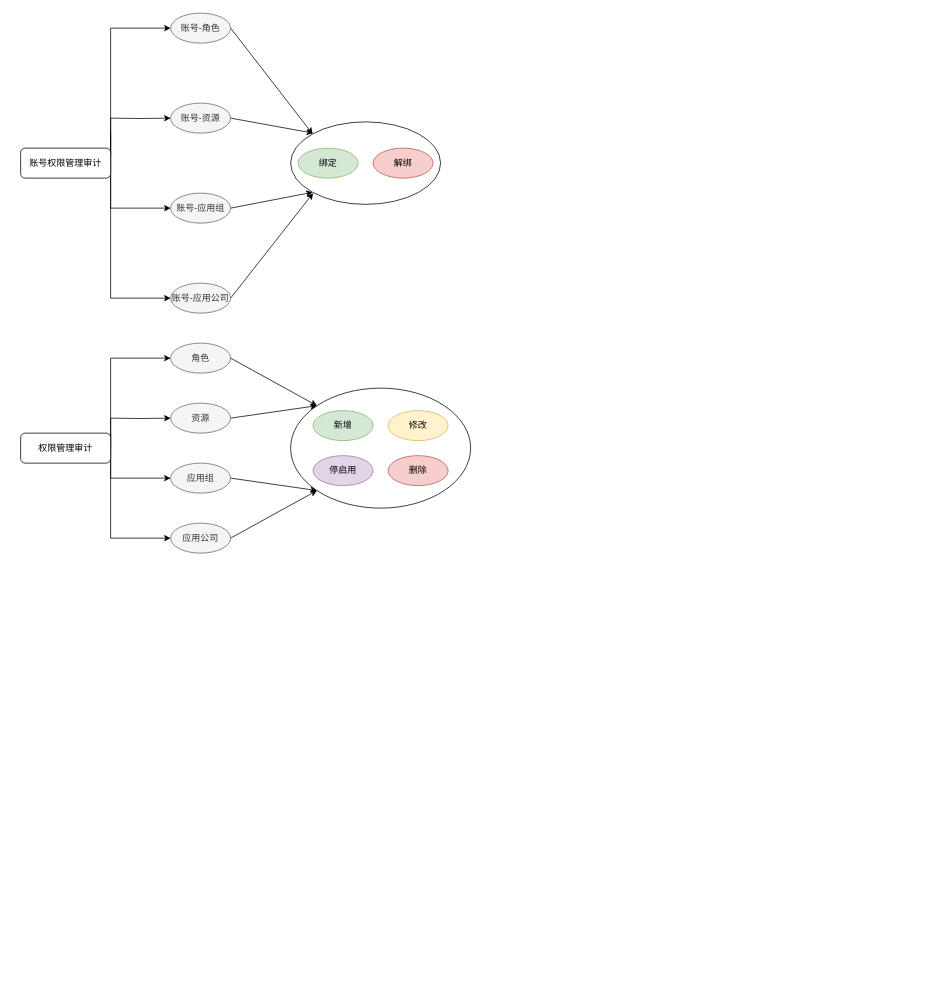
LDChing0321/JavaLearn keeps this draw.io diagram as derucci-权限管理审计.drawio. Above is the earlier version. Source tidied: cells renumbered, new cells numbered last; positions are measured from the earlier drawing's top-left corner, leaving out a move shared by most shapes. Both pictures are drawn from the tidied source at 75%, with x=0, y=0 at pixel (20, 13).
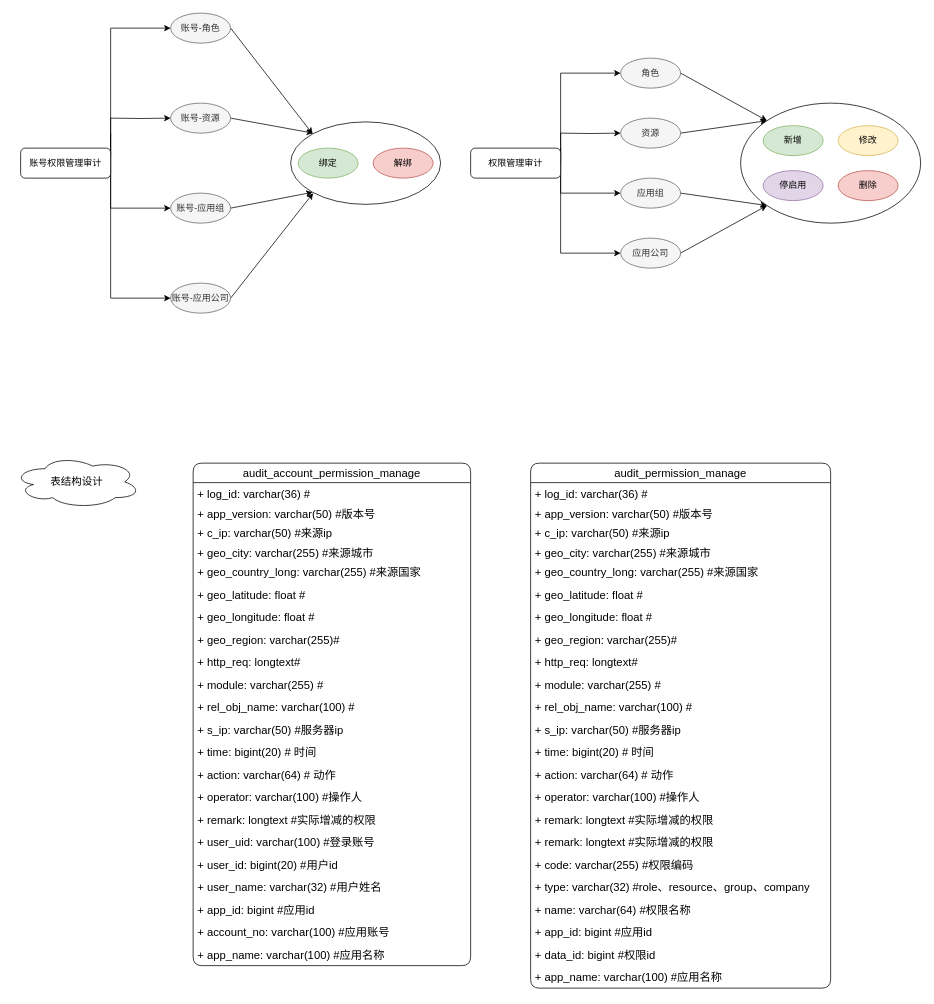
Above is the later version.

Commit message:
更新derucci-权限管理审计.drawio

Change to the diagram source:
```diff
@@
     <mxCell id="12" style="edgeStyle=orthogonalEdgeStyle;rounded=0;jettySize=auto;html=1;exitX=1;exitY=0.5;exitDx=0;exitDy=0;entryX=0;entryY=0.5;entryDx=0;entryDy=0;" parent="1" edge="1" source="34" target="17">
       <mxGeometry relative="1" as="geometry">
         <Array as="points">
-          <mxPoint x="120" y="460" />
+          <mxPoint x="720" y="80" />
         </Array>
       </mxGeometry>
     </mxCell>
     <mxCell id="13" style="edgeStyle=orthogonalEdgeStyle;rounded=0;jettySize=auto;html=1;exitX=1;exitY=0.5;exitDx=0;exitDy=0;entryX=0;entryY=0.5;entryDx=0;entryDy=0;" parent="1" edge="1" target="19">
       <mxGeometry relative="1" as="geometry">
-        <mxPoint x="120" y="540" as="sourcePoint" />
+        <mxPoint x="720" y="160" as="sourcePoint" />
       </mxGeometry>
     </mxCell>
     <mxCell id="14" style="edgeStyle=orthogonalEdgeStyle;rounded=0;jettySize=auto;html=1;exitX=1;exitY=1;exitDx=0;exitDy=0;entryX=0;entryY=0.5;entryDx=0;entryDy=0;" parent="1" edge="1" target="21">
       <mxGeometry relative="1" as="geometry">
-        <mxPoint x="120" y="560" as="sourcePoint" />
+        <mxPoint x="720" y="180" as="sourcePoint" />
         <Array as="points">
-          <mxPoint x="120" y="620" />
+          <mxPoint x="720" y="240" />
         </Array>
       </mxGeometry>
     </mxCell>
     <mxCell id="15" style="edgeStyle=orthogonalEdgeStyle;rounded=0;jettySize=auto;html=1;exitX=1;exitY=0.5;exitDx=0;exitDy=0;entryX=0;entryY=0.5;entryDx=0;entryDy=0;" parent="1" edge="1" target="33">
       <mxGeometry relative="1" as="geometry">
-        <mxPoint x="120" y="540" as="sourcePoint" />
+        <mxPoint x="720" y="160" as="sourcePoint" />
         <Array as="points">
-          <mxPoint x="120" y="700" />
+          <mxPoint x="720" y="320" />
         </Array>
       </mxGeometry>
     </mxCell>
@@
     <mxCell id="17" value="角色" style="ellipse;whiteSpace=wrap;html=1;rounded=1;fillColor=#f5f5f5;fontColor=#333333;strokeColor=#666666;" parent="1" vertex="1">
-      <mxGeometry x="200" y="440" width="80" height="40" as="geometry" />
+      <mxGeometry x="800" y="60" width="80" height="40" as="geometry" />
     </mxCell>
@@
     <mxCell id="19" value="资源" style="ellipse;whiteSpace=wrap;html=1;rounded=1;fillColor=#f5f5f5;fontColor=#333333;strokeColor=#666666;" parent="1" vertex="1">
-      <mxGeometry x="200" y="520" width="80" height="40" as="geometry" />
+      <mxGeometry x="800" y="140" width="80" height="40" as="geometry" />
     </mxCell>
@@
     <mxCell id="21" value="应用组" style="ellipse;whiteSpace=wrap;html=1;rounded=1;fillColor=#f5f5f5;fontColor=#333333;strokeColor=#666666;" parent="1" vertex="1">
-      <mxGeometry x="200" y="600" width="80" height="40" as="geometry" />
+      <mxGeometry x="800" y="220" width="80" height="40" as="geometry" />
     </mxCell>
     <mxCell id="22" style="group;" parent="1" vertex="1">
-      <mxGeometry x="360" y="500" width="240" height="160" as="geometry" />
+      <mxGeometry x="960" y="120" width="240" height="160" as="geometry" />
     </mxCell>
@@
     <mxCell id="33" value="应用公司" style="ellipse;whiteSpace=wrap;html=1;rounded=1;fillColor=#f5f5f5;fontColor=#333333;strokeColor=#666666;" parent="1" vertex="1">
-      <mxGeometry x="200" y="680" width="80" height="40" as="geometry" />
+      <mxGeometry x="800" y="300" width="80" height="40" as="geometry" />
     </mxCell>
     <mxCell id="34" value="权限管理审计" style="rounded=1;whiteSpace=wrap;html=1;" parent="1" vertex="1">
-      <mxGeometry y="560" width="120" height="40" as="geometry" />
+      <mxGeometry x="600" y="180" width="120" height="40" as="geometry" />
     </mxCell>
@@
+    <mxCell id="38" value="&lt;span style=&quot;font-size: 14px&quot;&gt;表结构设计&lt;/span&gt;" style="ellipse;shape=cloud;whiteSpace=wrap;html=1;rounded=1;shadow=0;glass=1;sketch=0;fontSize=10;" parent="1" vertex="1">
+      <mxGeometry x="-10" y="590" width="170" height="70" as="geometry" />
+    </mxCell>
+    <mxCell id="39" value="audit_account_permission_manage" style="swimlane;fontStyle=0;horizontal=1;startSize=26;fillColor=none;rounded=1;shadow=0;glass=0;sketch=0;fontSize=15;strokeColor=default;" parent="1" vertex="1">
+      <mxGeometry x="230" y="600" width="370" height="670" as="geometry" />
+    </mxCell>
+    <mxCell id="40" value="+ log_id: varchar(36) #" style="text;strokeColor=none;fillColor=none;align=left;verticalAlign=top;spacingLeft=4;spacingRight=4;overflow=hidden;rounded=1;shadow=0;glass=0;sketch=0;fontSize=15;" parent="39" vertex="1">
+      <mxGeometry y="26" width="370" height="26" as="geometry" />
+    </mxCell>
+    <mxCell id="41" value="+ app_version: varchar(50) #版本号" style="text;strokeColor=none;fillColor=none;align=left;verticalAlign=top;spacingLeft=4;spacingRight=4;overflow=hidden;rounded=1;shadow=0;glass=0;sketch=0;fontSize=15;" parent="39" vertex="1">
+      <mxGeometry y="52" width="370" height="26" as="geometry" />
+    </mxCell>
+    <mxCell id="42" value="+ c_ip: varchar(50) #来源ip" style="text;strokeColor=none;fillColor=none;align=left;verticalAlign=top;spacingLeft=4;spacingRight=4;overflow=hidden;rounded=1;shadow=0;glass=0;sketch=0;fontSize=15;" parent="39" vertex="1">
+      <mxGeometry y="78" width="370" height="26" as="geometry" />
+    </mxCell>
+    <mxCell id="43" value="+ geo_city: varchar(255) #来源城市&#10;" style="text;strokeColor=none;fillColor=none;align=left;verticalAlign=top;spacingLeft=4;spacingRight=4;overflow=hidden;rounded=1;shadow=0;glass=0;sketch=0;fontSize=15;" parent="39" vertex="1">
+      <mxGeometry y="104" width="370" height="26" as="geometry" />
+    </mxCell>
+    <mxCell id="44" value="+ geo_country_long: varchar(255) #来源国家&#10;" style="text;strokeColor=none;fillColor=none;align=left;verticalAlign=top;spacingLeft=4;spacingRight=4;overflow=hidden;rounded=1;shadow=0;glass=0;sketch=0;fontSize=15;" parent="39" vertex="1">
+      <mxGeometry y="130" width="370" height="30" as="geometry" />
+    </mxCell>
+    <mxCell id="45" value="+ geo_latitude: float #" style="text;strokeColor=none;fillColor=none;align=left;verticalAlign=top;spacingLeft=4;spacingRight=4;overflow=hidden;rounded=1;shadow=0;glass=0;sketch=0;fontSize=15;" parent="39" vertex="1">
+      <mxGeometry y="160" width="370" height="30" as="geometry" />
+    </mxCell>
+    <mxCell id="46" value="+ geo_longitude: float #&#10;" style="text;strokeColor=none;fillColor=none;align=left;verticalAlign=top;spacingLeft=4;spacingRight=4;overflow=hidden;rounded=1;shadow=0;glass=0;sketch=0;fontSize=15;" parent="39" vertex="1">
+      <mxGeometry y="190" width="370" height="30" as="geometry" />
+    </mxCell>
+    <mxCell id="47" value="+ geo_region: varchar(255)#&#10;" style="text;strokeColor=none;fillColor=none;align=left;verticalAlign=top;spacingLeft=4;spacingRight=4;overflow=hidden;rounded=1;shadow=0;glass=0;sketch=0;fontSize=15;" parent="39" vertex="1">
+      <mxGeometry y="220" width="370" height="30" as="geometry" />
+    </mxCell>
+    <mxCell id="48" value="+ http_req: longtext#&#10;" style="text;strokeColor=none;fillColor=none;align=left;verticalAlign=top;spacingLeft=4;spacingRight=4;overflow=hidden;rounded=1;shadow=0;glass=0;sketch=0;fontSize=15;" parent="39" vertex="1">
+      <mxGeometry y="250" width="370" height="30" as="geometry" />
+    </mxCell>
+    <mxCell id="49" value="+ module: varchar(255) #&#10;" style="text;strokeColor=none;fillColor=none;align=left;verticalAlign=top;spacingLeft=4;spacingRight=4;overflow=hidden;rounded=1;shadow=0;glass=0;sketch=0;fontSize=15;" parent="39" vertex="1">
+      <mxGeometry y="280" width="370" height="30" as="geometry" />
+    </mxCell>
+    <mxCell id="50" value="+ rel_obj_name: varchar(100) #&#10;" style="text;strokeColor=none;fillColor=none;align=left;verticalAlign=top;spacingLeft=4;spacingRight=4;overflow=hidden;rounded=1;shadow=0;glass=0;sketch=0;fontSize=15;" parent="39" vertex="1">
+      <mxGeometry y="310" width="370" height="30" as="geometry" />
+    </mxCell>
+    <mxCell id="51" value="+ s_ip: varchar(50) #服务器ip&#10;" style="text;strokeColor=none;fillColor=none;align=left;verticalAlign=top;spacingLeft=4;spacingRight=4;overflow=hidden;rounded=1;shadow=0;glass=0;sketch=0;fontSize=15;" parent="39" vertex="1">
+      <mxGeometry y="340" width="370" height="30" as="geometry" />
+    </mxCell>
+    <mxCell id="52" value="+ time: bigint(20) # 时间&#10;&#10;" style="text;strokeColor=none;fillColor=none;align=left;verticalAlign=top;spacingLeft=4;spacingRight=4;overflow=hidden;rounded=1;shadow=0;glass=0;sketch=0;fontSize=15;" parent="39" vertex="1">
+      <mxGeometry y="370" width="370" height="30" as="geometry" />
+    </mxCell>
+    <mxCell id="53" value="+ action: varchar(64) # 动作&#10;&#10;" style="text;strokeColor=none;fillColor=none;align=left;verticalAlign=top;spacingLeft=4;spacingRight=4;overflow=hidden;rounded=1;shadow=0;glass=0;sketch=0;fontSize=15;" parent="39" vertex="1">
+      <mxGeometry y="400" width="370" height="30" as="geometry" />
+    </mxCell>
+    <mxCell id="54" value="+ operator: varchar(100) #操作人&#10;&#10;" style="text;strokeColor=none;fillColor=none;align=left;verticalAlign=top;spacingLeft=4;spacingRight=4;overflow=hidden;rounded=1;shadow=0;glass=0;sketch=0;fontSize=15;" parent="39" vertex="1">
+      <mxGeometry y="430" width="370" height="30" as="geometry" />
+    </mxCell>
+    <mxCell id="55" value="+ remark: longtext #实际增减的权限&#10;&#10;" style="text;strokeColor=none;fillColor=none;align=left;verticalAlign=top;spacingLeft=4;spacingRight=4;overflow=hidden;rounded=1;shadow=0;glass=0;sketch=0;fontSize=15;" parent="39" vertex="1">
+      <mxGeometry y="460" width="370" height="30" as="geometry" />
+    </mxCell>
+    <mxCell id="56" value="+ user_uid: varchar(100) #登录账号&#10;&#10;" style="text;strokeColor=none;fillColor=none;align=left;verticalAlign=top;spacingLeft=4;spacingRight=4;overflow=hidden;rounded=1;shadow=0;glass=0;sketch=0;fontSize=15;" parent="39" vertex="1">
+      <mxGeometry y="490" width="370" height="30" as="geometry" />
+    </mxCell>
+    <mxCell id="57" value="+ user_id: bigint(20) #用户id&#10;&#10;" style="text;strokeColor=none;fillColor=none;align=left;verticalAlign=top;spacingLeft=4;spacingRight=4;overflow=hidden;rounded=1;shadow=0;glass=0;sketch=0;fontSize=15;" parent="39" vertex="1">
+      <mxGeometry y="520" width="370" height="30" as="geometry" />
+    </mxCell>
+    <mxCell id="58" value="+ user_name: varchar(32) #用户姓名&#10;&#10;" style="text;strokeColor=none;fillColor=none;align=left;verticalAlign=top;spacingLeft=4;spacingRight=4;overflow=hidden;rounded=1;shadow=0;glass=0;sketch=0;fontSize=15;" parent="39" vertex="1">
+      <mxGeometry y="550" width="370" height="30" as="geometry" />
+    </mxCell>
+    <mxCell id="59" value="+ app_id: bigint #应用id&#10;&#10;" style="text;strokeColor=none;fillColor=none;align=left;verticalAlign=top;spacingLeft=4;spacingRight=4;overflow=hidden;rounded=1;shadow=0;glass=0;sketch=0;fontSize=15;" parent="39" vertex="1">
+      <mxGeometry y="580" width="370" height="30" as="geometry" />
+    </mxCell>
+    <mxCell id="60" value="+ account_no: varchar(100) #应用账号&#10;&#10;" style="text;strokeColor=none;fillColor=none;align=left;verticalAlign=top;spacingLeft=4;spacingRight=4;overflow=hidden;rounded=1;shadow=0;glass=0;sketch=0;fontSize=15;" parent="39" vertex="1">
+      <mxGeometry y="610" width="370" height="30" as="geometry" />
+    </mxCell>
+    <mxCell id="61" value="+ app_name: varchar(100) #应用名称&#10;" style="text;strokeColor=none;fillColor=none;align=left;verticalAlign=top;spacingLeft=4;spacingRight=4;overflow=hidden;rounded=1;shadow=0;glass=0;sketch=0;fontSize=15;" parent="39" vertex="1">
+      <mxGeometry y="640" width="370" height="30" as="geometry" />
+    </mxCell>
+    <mxCell id="62" value="audit_permission_manage" style="swimlane;fontStyle=0;horizontal=1;startSize=26;fillColor=none;rounded=1;shadow=0;glass=0;sketch=0;fontSize=15;strokeColor=default;" parent="1" vertex="1">
+      <mxGeometry x="680" y="600" width="400" height="700" as="geometry" />
+    </mxCell>
+    <mxCell id="63" value="+ log_id: varchar(36) #" style="text;strokeColor=none;fillColor=none;align=left;verticalAlign=top;spacingLeft=4;spacingRight=4;overflow=hidden;rounded=1;shadow=0;glass=0;sketch=0;fontSize=15;" parent="62" vertex="1">
+      <mxGeometry y="26" width="400" height="26" as="geometry" />
+    </mxCell>
+    <mxCell id="64" value="+ app_version: varchar(50) #版本号" style="text;strokeColor=none;fillColor=none;align=left;verticalAlign=top;spacingLeft=4;spacingRight=4;overflow=hidden;rounded=1;shadow=0;glass=0;sketch=0;fontSize=15;" parent="62" vertex="1">
+      <mxGeometry y="52" width="400" height="26" as="geometry" />
+    </mxCell>
+    <mxCell id="65" value="+ c_ip: varchar(50) #来源ip" style="text;strokeColor=none;fillColor=none;align=left;verticalAlign=top;spacingLeft=4;spacingRight=4;overflow=hidden;rounded=1;shadow=0;glass=0;sketch=0;fontSize=15;" parent="62" vertex="1">
+      <mxGeometry y="78" width="400" height="26" as="geometry" />
+    </mxCell>
+    <mxCell id="66" value="+ geo_city: varchar(255) #来源城市&#10;" style="text;strokeColor=none;fillColor=none;align=left;verticalAlign=top;spacingLeft=4;spacingRight=4;overflow=hidden;rounded=1;shadow=0;glass=0;sketch=0;fontSize=15;" parent="62" vertex="1">
+      <mxGeometry y="104" width="400" height="26" as="geometry" />
+    </mxCell>
+    <mxCell id="67" value="+ geo_country_long: varchar(255) #来源国家&#10;" style="text;strokeColor=none;fillColor=none;align=left;verticalAlign=top;spacingLeft=4;spacingRight=4;overflow=hidden;rounded=1;shadow=0;glass=0;sketch=0;fontSize=15;" parent="62" vertex="1">
+      <mxGeometry y="130" width="400" height="30" as="geometry" />
+    </mxCell>
+    <mxCell id="68" value="+ geo_latitude: float #" style="text;strokeColor=none;fillColor=none;align=left;verticalAlign=top;spacingLeft=4;spacingRight=4;overflow=hidden;rounded=1;shadow=0;glass=0;sketch=0;fontSize=15;" parent="62" vertex="1">
+      <mxGeometry y="160" width="400" height="30" as="geometry" />
+    </mxCell>
+    <mxCell id="69" value="+ geo_longitude: float #&#10;" style="text;strokeColor=none;fillColor=none;align=left;verticalAlign=top;spacingLeft=4;spacingRight=4;overflow=hidden;rounded=1;shadow=0;glass=0;sketch=0;fontSize=15;" parent="62" vertex="1">
+      <mxGeometry y="190" width="400" height="30" as="geometry" />
+    </mxCell>
+    <mxCell id="70" value="+ geo_region: varchar(255)#&#10;" style="text;strokeColor=none;fillColor=none;align=left;verticalAlign=top;spacingLeft=4;spacingRight=4;overflow=hidden;rounded=1;shadow=0;glass=0;sketch=0;fontSize=15;" parent="62" vertex="1">
+      <mxGeometry y="220" width="400" height="30" as="geometry" />
+    </mxCell>
+    <mxCell id="71" value="+ http_req: longtext#&#10;" style="text;strokeColor=none;fillColor=none;align=left;verticalAlign=top;spacingLeft=4;spacingRight=4;overflow=hidden;rounded=1;shadow=0;glass=0;sketch=0;fontSize=15;" parent="62" vertex="1">
+      <mxGeometry y="250" width="400" height="30" as="geometry" />
+    </mxCell>
+    <mxCell id="72" value="+ module: varchar(255) #&#10;" style="text;strokeColor=none;fillColor=none;align=left;verticalAlign=top;spacingLeft=4;spacingRight=4;overflow=hidden;rounded=1;shadow=0;glass=0;sketch=0;fontSize=15;" parent="62" vertex="1">
+      <mxGeometry y="280" width="400" height="30" as="geometry" />
+    </mxCell>
+    <mxCell id="73" value="+ rel_obj_name: varchar(100) #&#10;" style="text;strokeColor=none;fillColor=none;align=left;verticalAlign=top;spacingLeft=4;spacingRight=4;overflow=hidden;rounded=1;shadow=0;glass=0;sketch=0;fontSize=15;" parent="62" vertex="1">
+      <mxGeometry y="310" width="400" height="30" as="geometry" />
+    </mxCell>
+    <mxCell id="74" value="+ s_ip: varchar(50) #服务器ip&#10;" style="text;strokeColor=none;fillColor=none;align=left;verticalAlign=top;spacingLeft=4;spacingRight=4;overflow=hidden;rounded=1;shadow=0;glass=0;sketch=0;fontSize=15;" parent="62" vertex="1">
+      <mxGeometry y="340" width="400" height="30" as="geometry" />
+    </mxCell>
+    <mxCell id="75" value="+ time: bigint(20) # 时间&#10;&#10;" style="text;strokeColor=none;fillColor=none;align=left;verticalAlign=top;spacingLeft=4;spacingRight=4;overflow=hidden;rounded=1;shadow=0;glass=0;sketch=0;fontSize=15;" parent="62" vertex="1">
+      <mxGeometry y="370" width="400" height="30" as="geometry" />
+    </mxCell>
+    <mxCell id="76" value="+ action: varchar(64) # 动作&#10;&#10;" style="text;strokeColor=none;fillColor=none;align=left;verticalAlign=top;spacingLeft=4;spacingRight=4;overflow=hidden;rounded=1;shadow=0;glass=0;sketch=0;fontSize=15;" parent="62" vertex="1">
+      <mxGeometry y="400" width="400" height="30" as="geometry" />
+    </mxCell>
+    <mxCell id="77" value="+ operator: varchar(100) #操作人&#10;&#10;" style="text;strokeColor=none;fillColor=none;align=left;verticalAlign=top;spacingLeft=4;spacingRight=4;overflow=hidden;rounded=1;shadow=0;glass=0;sketch=0;fontSize=15;" parent="62" vertex="1">
+      <mxGeometry y="430" width="400" height="30" as="geometry" />
+    </mxCell>
+    <mxCell id="78" value="+ remark: longtext #实际增减的权限&#10;&#10;" style="text;strokeColor=none;fillColor=none;align=left;verticalAlign=top;spacingLeft=4;spacingRight=4;overflow=hidden;rounded=1;shadow=0;glass=0;sketch=0;fontSize=15;" parent="62" vertex="1">
+      <mxGeometry y="460" width="400" height="30" as="geometry" />
+    </mxCell>
+    <mxCell id="79" value="+ remark: longtext #实际增减的权限&#10;&#10;" style="text;strokeColor=none;fillColor=none;align=left;verticalAlign=top;spacingLeft=4;spacingRight=4;overflow=hidden;rounded=1;shadow=0;glass=0;sketch=0;fontSize=15;" parent="62" vertex="1">
+      <mxGeometry y="490" width="400" height="30" as="geometry" />
+    </mxCell>
+    <mxCell id="80" value="+ code: varchar(255) #权限编码&#10;&#10;" style="text;strokeColor=none;fillColor=none;align=left;verticalAlign=top;spacingLeft=4;spacingRight=4;overflow=hidden;rounded=1;shadow=0;glass=0;sketch=0;fontSize=15;" parent="62" vertex="1">
+      <mxGeometry y="520" width="400" height="30" as="geometry" />
+    </mxCell>
+    <mxCell id="81" value="+ type: varchar(32) #role、resource、group、company&#10;&#10;" style="text;strokeColor=none;fillColor=none;align=left;verticalAlign=top;spacingLeft=4;spacingRight=4;overflow=hidden;rounded=1;shadow=0;glass=0;sketch=0;fontSize=15;" parent="62" vertex="1">
+      <mxGeometry y="550" width="400" height="30" as="geometry" />
+    </mxCell>
+    <mxCell id="82" value="+ name: varchar(64) #权限名称&#10;&#10;" style="text;strokeColor=none;fillColor=none;align=left;verticalAlign=top;spacingLeft=4;spacingRight=4;overflow=hidden;rounded=1;shadow=0;glass=0;sketch=0;fontSize=15;" parent="62" vertex="1">
+      <mxGeometry y="580" width="400" height="30" as="geometry" />
+    </mxCell>
+    <mxCell id="83" value="+ app_id: bigint #应用id&#10;&#10;" style="text;strokeColor=none;fillColor=none;align=left;verticalAlign=top;spacingLeft=4;spacingRight=4;overflow=hidden;rounded=1;shadow=0;glass=0;sketch=0;fontSize=15;" parent="62" vertex="1">
+      <mxGeometry y="610" width="400" height="30" as="geometry" />
+    </mxCell>
+    <mxCell id="84" value="+ data_id: bigint #权限id&#10;&#10;" style="text;strokeColor=none;fillColor=none;align=left;verticalAlign=top;spacingLeft=4;spacingRight=4;overflow=hidden;rounded=1;shadow=0;glass=0;sketch=0;fontSize=15;" parent="62" vertex="1">
+      <mxGeometry y="640" width="400" height="30" as="geometry" />
+    </mxCell>
+    <mxCell id="85" value="+ app_name: varchar(100) #应用名称&#10;" style="text;strokeColor=none;fillColor=none;align=left;verticalAlign=top;spacingLeft=4;spacingRight=4;overflow=hidden;rounded=1;shadow=0;glass=0;sketch=0;fontSize=15;" parent="62" vertex="1">
+      <mxGeometry y="670" width="400" height="30" as="geometry" />
+    </mxCell>
```
